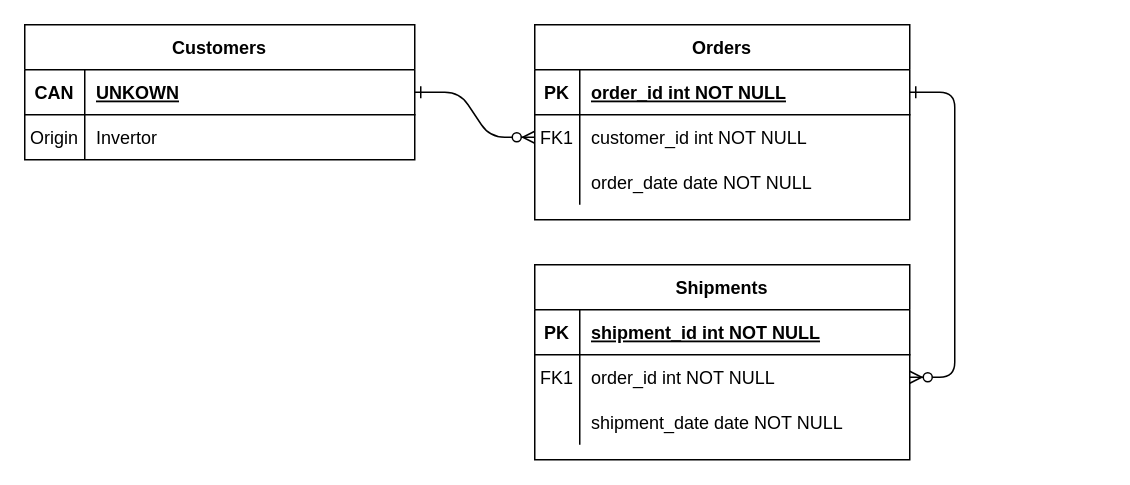
This is VCUFlowchart.drawio from swpinkerton/UGR-ASSI-function-for-Vehicle-control-unit-with-tests, a draw.io file, before an edit. Source tidied: cells renumbered, new cells numbered last; positions are measured from the earlier drawing's top-left corner, leaving out a move shared by most shapes. Both pictures are drawn from the tidied source at 150%, with x=0, y=0 at pixel (24, 24).
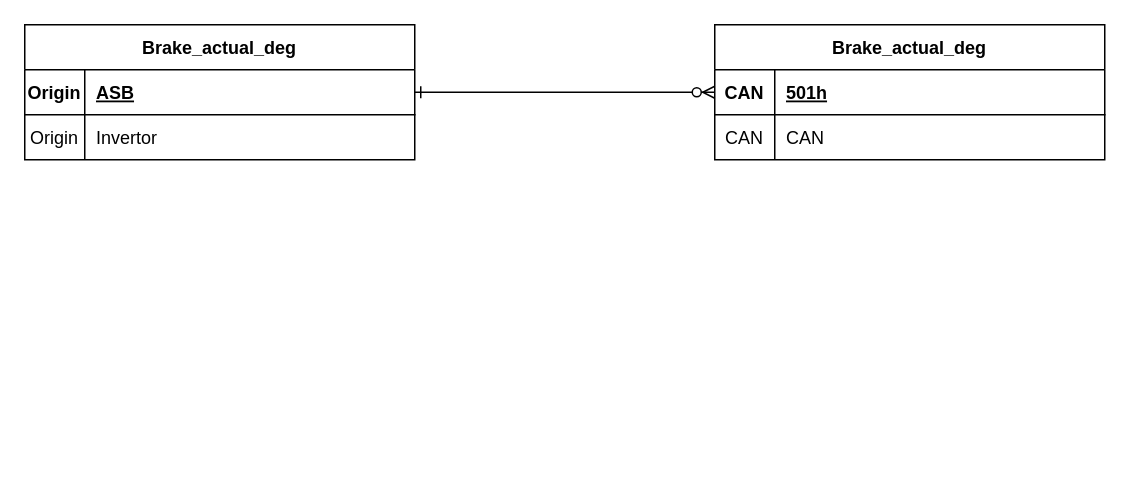
Above is the later version.

The change refers to these unchanged cells:
```xml
<mxCell id="25" style="shape=partialRectangle;fillColor=none;points=[[0,0.5],[1,0.5]];portConstraint=eastwest;top=0;left=0;right=0;bottom=1;" parent="24" vertex="1">
  <mxGeometry y="30" width="260" height="30" as="geometry" />
</mxCell>
```

Diff of the diagram source:
```diff
@@
-    <mxCell id="2" style="edgeStyle=entityRelationEdgeStyle;endArrow=ERzeroToMany;startArrow=ERone;endFill=1;startFill=0;" parent="1" edge="1" source="25" target="8">
+    <mxCell id="2" style="edgeStyle=entityRelationEdgeStyle;endArrow=ERzeroToMany;startArrow=ERone;endFill=1;startFill=0;entryX=0;entryY=0.5;entryDx=0;entryDy=0;" parent="1" edge="1" source="25" target="31">
       <mxGeometry relative="1" as="geometry" />
     </mxCell>
-    <mxCell id="3" style="edgeStyle=entityRelationEdgeStyle;endArrow=ERzeroToMany;startArrow=ERone;endFill=1;startFill=0;" parent="1" edge="1" source="5" target="18">
-      <mxGeometry relative="1" as="geometry" />
-    </mxCell>
-    <mxCell id="4" value="Orders" style="shape=table;startSize=30;childLayout=tableLayout;rowLines=0;fontStyle=1;align=center;" parent="1" vertex="1">
-      <mxGeometry x="340" width="250" height="130" as="geometry" />
-    </mxCell>
-    <mxCell id="5" style="shape=partialRectangle;fillColor=none;points=[[0,0.5],[1,0.5]];portConstraint=eastwest;top=0;left=0;right=0;bottom=1;" parent="4" vertex="1">
-      <mxGeometry y="30" width="250" height="30" as="geometry" />
-    </mxCell>
-    <mxCell id="6" value="PK" style="shape=partialRectangle;overflow=hidden;fillColor=none;top=0;left=0;bottom=0;right=0;fontStyle=1;" parent="5" vertex="1">
-      <mxGeometry width="30" height="30" as="geometry" />
-    </mxCell>
-    <mxCell id="7" value="order_id int NOT NULL " style="shape=partialRectangle;overflow=hidden;fillColor=none;top=0;left=0;bottom=0;right=0;align=left;spacingLeft=6;fontStyle=5;" parent="5" vertex="1">
-      <mxGeometry x="30" width="220" height="30" as="geometry" />
-    </mxCell>
-    <mxCell id="8" style="shape=partialRectangle;fillColor=none;points=[[0,0.5],[1,0.5]];portConstraint=eastwest;top=0;left=0;right=0;bottom=0;" parent="4" vertex="1">
-      <mxGeometry y="60" width="250" height="30" as="geometry" />
-    </mxCell>
-    <mxCell id="9" value="FK1" style="shape=partialRectangle;overflow=hidden;fillColor=none;top=0;left=0;bottom=0;right=0;" parent="8" vertex="1">
-      <mxGeometry width="30" height="30" as="geometry" />
-    </mxCell>
-    <mxCell id="10" value="customer_id int NOT NULL" style="shape=partialRectangle;overflow=hidden;fillColor=none;top=0;left=0;bottom=0;right=0;align=left;spacingLeft=6;" parent="8" vertex="1">
-      <mxGeometry x="30" width="220" height="30" as="geometry" />
-    </mxCell>
-    <mxCell id="11" style="shape=partialRectangle;fillColor=none;top=0;left=0;right=0;bottom=0;" parent="4" vertex="1">
-      <mxGeometry y="90" width="250" height="30" as="geometry" />
-    </mxCell>
-    <mxCell id="12" style="shape=partialRectangle;overflow=hidden;fillColor=none;top=0;left=0;bottom=0;right=0;" parent="11" vertex="1">
-      <mxGeometry width="30" height="30" as="geometry" />
-    </mxCell>
-    <mxCell id="13" value="order_date date NOT NULL" style="shape=partialRectangle;overflow=hidden;fillColor=none;top=0;left=0;bottom=0;right=0;align=left;spacingLeft=6;" parent="11" vertex="1">
-      <mxGeometry x="30" width="220" height="30" as="geometry" />
-    </mxCell>
-    <mxCell id="14" value="Shipments" style="shape=table;startSize=30;childLayout=tableLayout;rowLines=0;fontStyle=1;align=center;" parent="1" vertex="1">
-      <mxGeometry x="340" y="160" width="250" height="130" as="geometry" />
-    </mxCell>
-    <mxCell id="15" style="shape=partialRectangle;fillColor=none;top=0;left=0;right=0;bottom=1;" parent="14" vertex="1">
-      <mxGeometry y="30" width="250" height="30" as="geometry" />
-    </mxCell>
-    <mxCell id="16" value="PK" style="shape=partialRectangle;overflow=hidden;fillColor=none;top=0;left=0;bottom=0;right=0;fontStyle=1;" parent="15" vertex="1">
-      <mxGeometry width="30" height="30" as="geometry" />
-    </mxCell>
-    <mxCell id="17" value="shipment_id int NOT NULL " style="shape=partialRectangle;overflow=hidden;fillColor=none;top=0;left=0;bottom=0;right=0;align=left;spacingLeft=6;fontStyle=5;" parent="15" vertex="1">
-      <mxGeometry x="30" width="220" height="30" as="geometry" />
-    </mxCell>
-    <mxCell id="18" style="shape=partialRectangle;fillColor=none;points=[[0,0.5],[1,0.5]];portConstraint=eastwest;top=0;left=0;right=0;bottom=0;" parent="14" vertex="1">
-      <mxGeometry y="60" width="250" height="30" as="geometry" />
-    </mxCell>
-    <mxCell id="19" value="FK1" style="shape=partialRectangle;overflow=hidden;fillColor=none;top=0;left=0;bottom=0;right=0;" parent="18" vertex="1">
-      <mxGeometry width="30" height="30" as="geometry" />
-    </mxCell>
-    <mxCell id="20" value="order_id int NOT NULL" style="shape=partialRectangle;overflow=hidden;fillColor=none;top=0;left=0;bottom=0;right=0;align=left;spacingLeft=6;" parent="18" vertex="1">
-      <mxGeometry x="30" width="220" height="30" as="geometry" />
-    </mxCell>
-    <mxCell id="21" style="shape=partialRectangle;fillColor=none;top=0;left=0;right=0;bottom=0;" parent="14" vertex="1">
-      <mxGeometry y="90" width="250" height="30" as="geometry" />
-    </mxCell>
-    <mxCell id="22" style="shape=partialRectangle;overflow=hidden;fillColor=none;top=0;left=0;bottom=0;right=0;" parent="21" vertex="1">
-      <mxGeometry width="30" height="30" as="geometry" />
-    </mxCell>
-    <mxCell id="23" value="shipment_date date NOT NULL" style="shape=partialRectangle;overflow=hidden;fillColor=none;top=0;left=0;bottom=0;right=0;align=left;spacingLeft=6;" parent="21" vertex="1">
-      <mxGeometry x="30" width="220" height="30" as="geometry" />
-    </mxCell>
-    <mxCell id="24" value="Customers" style="shape=table;startSize=30;childLayout=tableLayout;rowLines=0;fontStyle=1;align=center;" parent="1" vertex="1">
+    <mxCell id="24" value="Brake_actual_deg" style="shape=table;startSize=30;childLayout=tableLayout;rowLines=0;fontStyle=1;align=center;" parent="1" vertex="1">
       <mxGeometry width="260" height="90" as="geometry" />
     </mxCell>
@@
-    <mxCell id="26" value="CAN" style="shape=partialRectangle;overflow=hidden;fillColor=none;top=0;left=0;bottom=0;right=0;fontStyle=1;" parent="25" vertex="1">
+    <mxCell id="26" value="Origin" style="shape=partialRectangle;overflow=hidden;fillColor=none;top=0;left=0;bottom=0;right=0;fontStyle=1;" parent="25" vertex="1">
       <mxGeometry width="40" height="30" as="geometry" />
     </mxCell>
-    <mxCell id="27" value="UNKOWN" style="shape=partialRectangle;overflow=hidden;fillColor=none;top=0;left=0;bottom=0;right=0;align=left;spacingLeft=6;fontStyle=5;" parent="25" vertex="1">
+    <mxCell id="27" value="ASB" style="shape=partialRectangle;overflow=hidden;fillColor=none;top=0;left=0;bottom=0;right=0;align=left;spacingLeft=6;fontStyle=5;" parent="25" vertex="1">
       <mxGeometry x="40" width="220" height="30" as="geometry" />
     </mxCell>
@@
+    <mxCell id="31" value="Brake_actual_deg" style="shape=table;startSize=30;childLayout=tableLayout;rowLines=0;fontStyle=1;align=center;" parent="1" vertex="1">
+      <mxGeometry x="460" width="260" height="90" as="geometry" />
+    </mxCell>
+    <mxCell id="32" style="shape=partialRectangle;fillColor=none;top=0;left=0;right=0;bottom=1;" parent="31" vertex="1">
+      <mxGeometry y="30" width="260" height="30" as="geometry" />
+    </mxCell>
+    <mxCell id="33" value="CAN" style="shape=partialRectangle;overflow=hidden;fillColor=none;top=0;left=0;bottom=0;right=0;fontStyle=1;" parent="32" vertex="1">
+      <mxGeometry width="40" height="30" as="geometry" />
+    </mxCell>
+    <mxCell id="34" value="501h" style="shape=partialRectangle;overflow=hidden;fillColor=none;top=0;left=0;bottom=0;right=0;align=left;spacingLeft=6;fontStyle=5;" parent="32" vertex="1">
+      <mxGeometry x="40" width="220" height="30" as="geometry" />
+    </mxCell>
+    <mxCell id="35" style="shape=partialRectangle;fillColor=none;top=0;left=0;right=0;bottom=0;" parent="31" vertex="1">
+      <mxGeometry y="60" width="260" height="30" as="geometry" />
+    </mxCell>
+    <mxCell id="36" value="CAN" style="shape=partialRectangle;overflow=hidden;fillColor=none;top=0;left=0;bottom=0;right=0;" parent="35" vertex="1">
+      <mxGeometry width="40" height="30" as="geometry" />
+    </mxCell>
+    <mxCell id="37" value="CAN" style="shape=partialRectangle;overflow=hidden;fillColor=none;top=0;left=0;bottom=0;right=0;align=left;spacingLeft=6;" parent="35" vertex="1">
+      <mxGeometry x="40" width="220" height="30" as="geometry" />
+    </mxCell>
```
